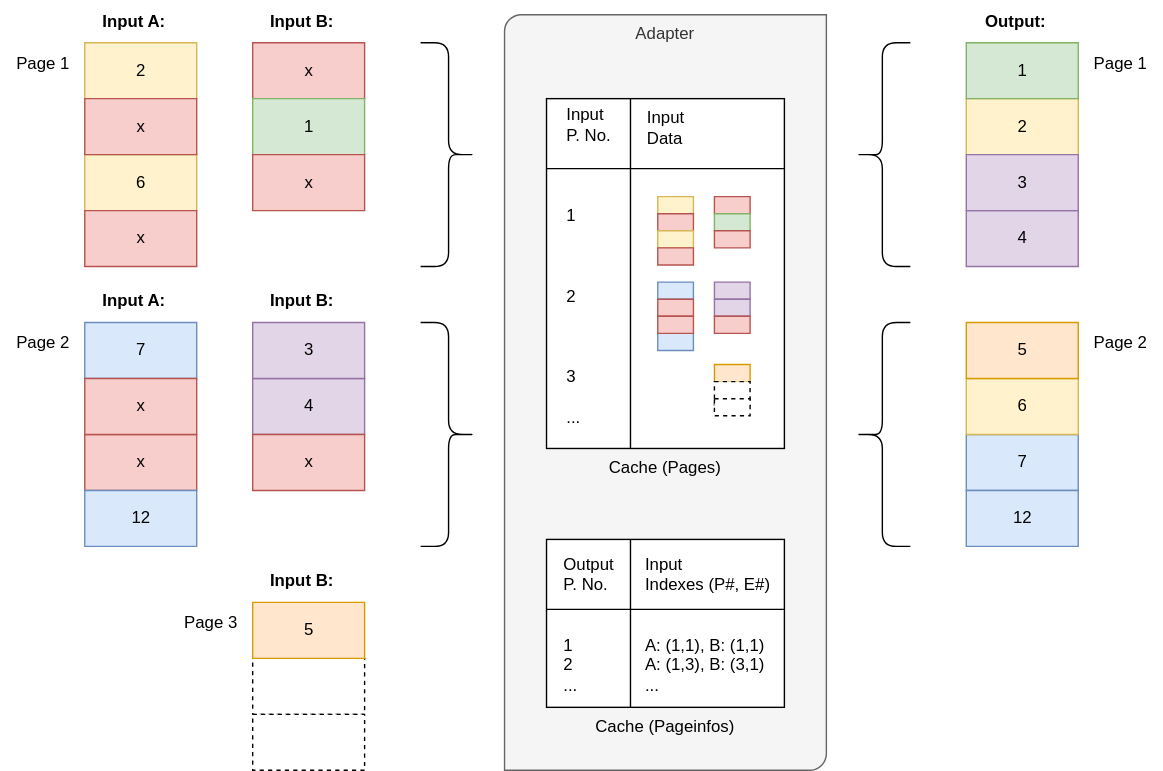
Before: images/MergeResponsesKomplexSolutionWithCache.svg, a diagram exported from draw.io (cwahlmann/searchadapter). Source tidied: cells renumbered, new cells last; positions are measured from the earlier drawing's top-left corner, leaving out a move shared by most shapes.
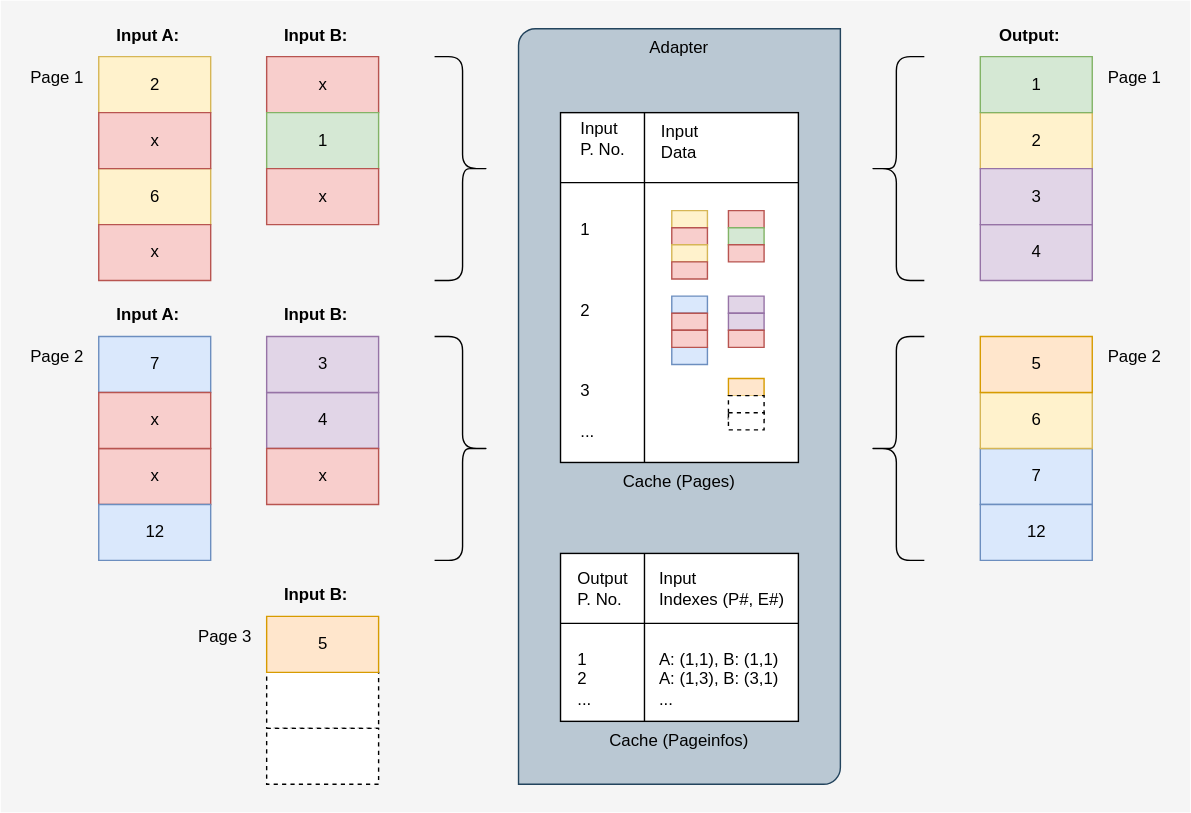
After the change.

Change to the diagram source:
```diff
@@ -2,6 +2,9 @@
   <root>
     <mxCell id="0" />
     <mxCell id="1" parent="0" />
+    <mxCell id="70" style="rounded=0;whiteSpace=wrap;html=1;fillColor=#f5f5f5;strokeColor=none;fontColor=#333333;" parent="1" vertex="1">
+      <mxGeometry x="-10" y="-10" width="850" height="580" as="geometry" />
+    </mxCell>
     <mxCell id="2" value="2" style="verticalLabelPosition=middle;verticalAlign=middle;html=1;shape=mxgraph.basic.rect;fillColor2=none;strokeWidth=1;size=20;indent=5;labelPosition=center;align=center;fillColor=#fff2cc;strokeColor=#d6b656;" parent="1" vertex="1">
       <mxGeometry x="60" y="30" width="80" height="40" as="geometry" />
     </mxCell>
@@ -14,7 +17,7 @@
     <mxCell id="5" value="Page 1" style="text;html=1;align=center;verticalAlign=middle;strokeColor=none;fillColor=none;" parent="1" vertex="1">
       <mxGeometry x="770" y="30" width="60" height="30" as="geometry" />
     </mxCell>
-    <mxCell id="6" value="Adapter" style="verticalLabelPosition=middle;verticalAlign=top;html=1;shape=mxgraph.basic.diag_round_rect;dx=6;whiteSpace=wrap;labelPosition=center;align=center;fillColor=#f5f5f5;fontColor=#333333;strokeColor=#666666;" parent="1" vertex="1">
+    <mxCell id="6" value="Adapter" style="verticalLabelPosition=middle;verticalAlign=top;html=1;shape=mxgraph.basic.diag_round_rect;dx=6;whiteSpace=wrap;labelPosition=center;align=center;fillColor=#bac8d3;strokeColor=#23445d;" parent="1" vertex="1">
       <mxGeometry x="360" y="10" width="230" height="540" as="geometry" />
     </mxCell>
     <mxCell id="7" style="shape=curlyBracket;whiteSpace=wrap;html=1;rounded=1;flipH=1;labelPosition=right;verticalLabelPosition=middle;align=left;verticalAlign=middle;" parent="1" vertex="1">
```
